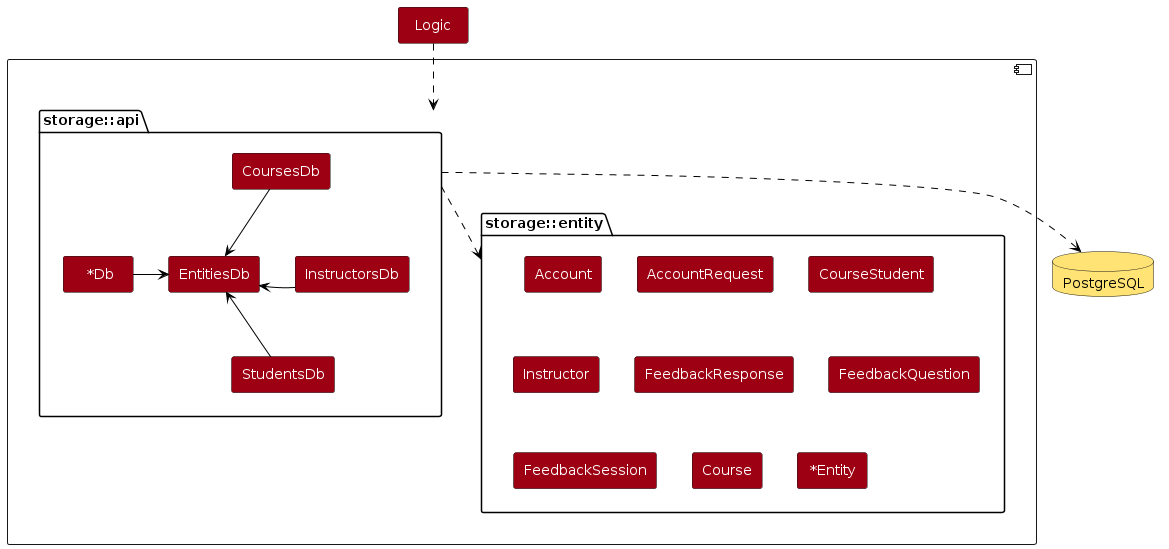
TEAMMATES/teammates keeps this PlantUML diagram as diagrams/StorageComponent.png. Above is the earlier version. Its source is kept beside it as diagrams/StorageComponent.puml.
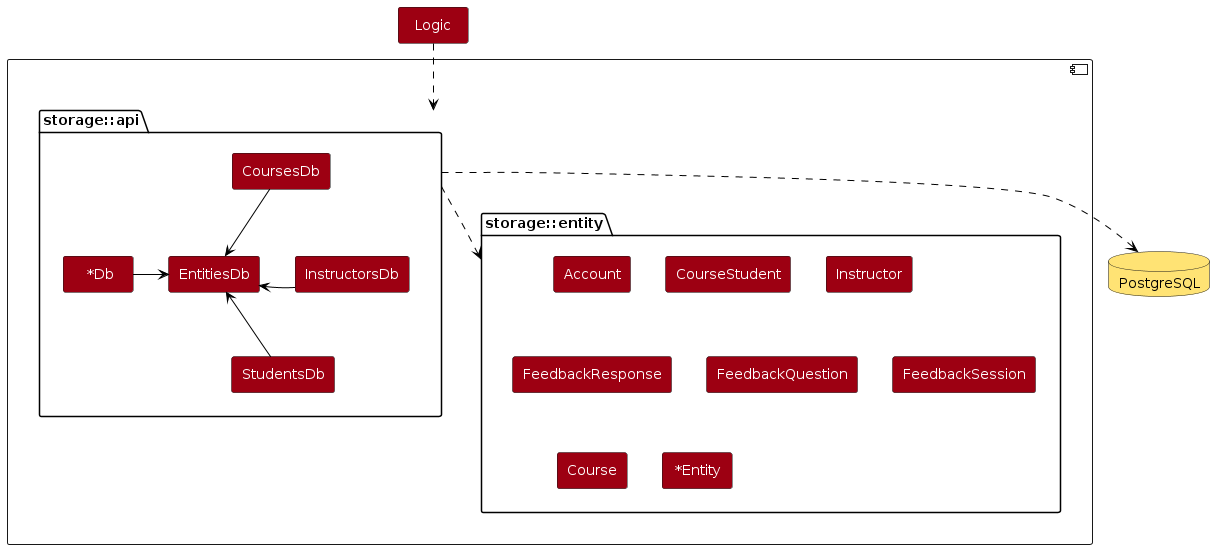
Later version of the same file.

The edit, as a diff of the source:
```diff
@@ -11,7 +11,6 @@
 component Storage {
     package "storage::entity" as Entity {
         rectangle Account
-        rectangle AccountRequest
         rectangle CourseStudent
         rectangle Instructor
         rectangle FeedbackResponse
```
